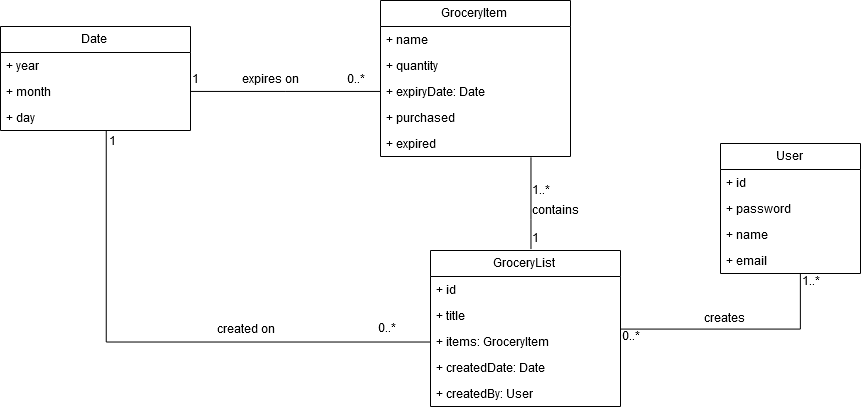
Digital-Vault/GroceryApp keeps this draw.io diagram as BTS530/Images/grocery_list_app_domain_diagram.png. Above is the earlier version. Source tidied: cells renumbered, new cells last; positions are measured from the earlier drawing's top-left corner, leaving out a move shared by most shapes.
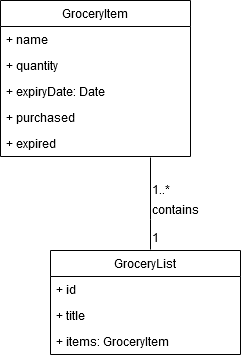
Above is the later version.

Commit message:
deleted date and user

The edit, as a diff of the source:
```diff
@@ -20,23 +20,8 @@
     <mxCell id="7" value="+ expired" style="text;strokeColor=none;fillColor=none;align=left;verticalAlign=top;spacingLeft=4;spacingRight=4;overflow=hidden;points=[[0,0.5],[1,0.5]];portConstraint=eastwest;" parent="2" vertex="1">
       <mxGeometry y="130" width="190" height="26" as="geometry" />
     </mxCell>
-    <mxCell id="8" value="User" style="swimlane;fontStyle=0;horizontal=1;startSize=26;fillColor=none;" parent="1" vertex="1">
-      <mxGeometry x="720" y="143" width="140" height="130" as="geometry" />
-    </mxCell>
-    <mxCell id="9" value="+ id" style="text;strokeColor=none;fillColor=none;align=left;verticalAlign=top;spacingLeft=4;spacingRight=4;overflow=hidden;" parent="8" vertex="1">
-      <mxGeometry y="26" width="140" height="26" as="geometry" />
-    </mxCell>
-    <mxCell id="10" value="+ password" style="text;strokeColor=none;fillColor=none;align=left;verticalAlign=top;spacingLeft=4;spacingRight=4;overflow=hidden;" parent="8" vertex="1">
-      <mxGeometry y="52" width="140" height="26" as="geometry" />
-    </mxCell>
-    <mxCell id="11" value="+ name" style="text;strokeColor=none;fillColor=none;align=left;verticalAlign=top;spacingLeft=4;spacingRight=4;overflow=hidden;" parent="8" vertex="1">
-      <mxGeometry y="78" width="140" height="26" as="geometry" />
-    </mxCell>
-    <mxCell id="12" value="+ email" style="text;strokeColor=none;fillColor=none;align=left;verticalAlign=top;spacingLeft=4;spacingRight=4;overflow=hidden;points=[[0,0.5],[1,0.5]];portConstraint=eastwest;" parent="8" vertex="1">
-      <mxGeometry y="104" width="140" height="26" as="geometry" />
-    </mxCell>
     <mxCell id="13" value="GroceryList" style="swimlane;fontStyle=0;horizontal=1;startSize=26;fillColor=none;" parent="1" vertex="1">
-      <mxGeometry x="430" y="250" width="190" height="156" as="geometry" />
+      <mxGeometry x="430" y="250" width="190" height="104" as="geometry" />
     </mxCell>
     <mxCell id="14" value="+ id" style="text;strokeColor=none;fillColor=none;align=left;verticalAlign=top;spacingLeft=4;spacingRight=4;overflow=hidden;" parent="13" vertex="1">
       <mxGeometry y="26" width="190" height="26" as="geometry" />
@@ -47,25 +32,6 @@
     <mxCell id="16" value="+ items: GroceryItem" style="text;strokeColor=none;fillColor=none;align=left;verticalAlign=top;spacingLeft=4;spacingRight=4;overflow=hidden;points=[[0,0.5],[1,0.5]];portConstraint=eastwest;" parent="13" vertex="1">
       <mxGeometry y="78" width="190" height="26" as="geometry" />
     </mxCell>
-    <mxCell id="17" value="+ createdDate: Date" style="text;strokeColor=none;fillColor=none;align=left;verticalAlign=top;spacingLeft=4;spacingRight=4;overflow=hidden;" parent="13" vertex="1">
-      <mxGeometry y="104" width="190" height="26" as="geometry" />
-    </mxCell>
-    <mxCell id="18" value="+ createdBy: User" style="text;strokeColor=none;fillColor=none;align=left;verticalAlign=top;spacingLeft=4;spacingRight=4;overflow=hidden;" parent="13" vertex="1">
-      <mxGeometry y="130" width="190" height="26" as="geometry" />
-    </mxCell>
-    <mxCell id="19" style="edgeStyle=orthogonalEdgeStyle;rounded=0;jettySize=auto;html=1;endArrow=none;endFill=0;" parent="1" edge="1" source="12" target="13">
-      <mxGeometry relative="1" as="geometry">
-        <Array as="points">
-          <mxPoint x="800" y="328" />
-        </Array>
-      </mxGeometry>
-    </mxCell>
-    <mxCell id="20" value="0..*" style="text;html=1;align=left;verticalAlign=top;spacingTop=-4;" parent="1" vertex="1">
-      <mxGeometry x="620" y="328" width="30" height="20" as="geometry" />
-    </mxCell>
-    <mxCell id="21" value="1..*" style="text;html=1;align=left;verticalAlign=top;spacingTop=-4;" parent="1" vertex="1">
-      <mxGeometry x="800" y="273" width="30" height="20" as="geometry" />
-    </mxCell>
     <mxCell id="22" style="edgeStyle=orthogonalEdgeStyle;rounded=0;jettySize=auto;html=1;entryX=0.528;entryY=-0.009;entryDx=0;entryDy=0;entryPerimeter=0;endArrow=none;endFill=0;exitX=0.792;exitY=1.029;exitDx=0;exitDy=0;exitPerimeter=0;" parent="1" edge="1" source="7" target="13">
       <mxGeometry relative="1" as="geometry">
         <Array as="points">
@@ -82,44 +48,5 @@
     <mxCell id="25" value="contains" style="text;html=1;align=left;verticalAlign=top;spacingTop=-4;" parent="1" vertex="1">
       <mxGeometry x="530" y="202" width="60" height="20" as="geometry" />
     </mxCell>
-    <mxCell id="26" value="creates" style="text;html=1;align=left;verticalAlign=top;spacingTop=-4;" parent="1" vertex="1">
-      <mxGeometry x="702" y="310" width="60" height="20" as="geometry" />
-    </mxCell>
-    <mxCell id="27" value="Date" style="swimlane;fontStyle=0;horizontal=1;startSize=26;fillColor=none;" parent="1" vertex="1">
-      <mxGeometry y="26" width="190" height="104" as="geometry" />
-    </mxCell>
-    <mxCell id="28" value="+ year" style="text;strokeColor=none;fillColor=none;align=left;verticalAlign=top;spacingLeft=4;spacingRight=4;overflow=hidden;" parent="27" vertex="1">
-      <mxGeometry y="26" width="190" height="26" as="geometry" />
-    </mxCell>
-    <mxCell id="29" value="+ month&#10;" style="text;strokeColor=none;fillColor=none;align=left;verticalAlign=top;spacingLeft=4;spacingRight=4;overflow=hidden;points=[[0,0.5],[1,0.5]];portConstraint=eastwest;" parent="27" vertex="1">
-      <mxGeometry y="52" width="190" height="26" as="geometry" />
-    </mxCell>
-    <mxCell id="30" value="+ day" style="text;strokeColor=none;fillColor=none;align=left;verticalAlign=top;spacingLeft=4;spacingRight=4;overflow=hidden;points=[[0,0.5],[1,0.5]];portConstraint=eastwest;" parent="27" vertex="1">
-      <mxGeometry y="78" width="190" height="26" as="geometry" />
-    </mxCell>
-    <mxCell id="31" style="edgeStyle=orthogonalEdgeStyle;rounded=0;jettySize=auto;html=1;entryX=1;entryY=0.5;entryDx=0;entryDy=0;endArrow=none;endFill=0;" parent="1" edge="1" source="5" target="29">
-      <mxGeometry relative="1" as="geometry" />
-    </mxCell>
-    <mxCell id="32" value="expires on" style="text;html=1;align=left;verticalAlign=top;spacingTop=-4;" parent="1" vertex="1">
-      <mxGeometry x="240" y="71" width="70" height="20" as="geometry" />
-    </mxCell>
-    <mxCell id="33" style="edgeStyle=orthogonalEdgeStyle;rounded=0;jettySize=auto;html=1;entryX=0.554;entryY=1.013;entryDx=0;entryDy=0;entryPerimeter=0;endArrow=none;endFill=0;" parent="1" edge="1" source="16" target="30">
-      <mxGeometry relative="1" as="geometry" />
-    </mxCell>
-    <mxCell id="34" value="created on" style="text;html=1;align=left;verticalAlign=top;spacingTop=-4;" parent="1" vertex="1">
-      <mxGeometry x="215" y="321" width="70" height="20" as="geometry" />
-    </mxCell>
-    <mxCell id="35" value="1" style="text;html=1;align=left;verticalAlign=top;spacingTop=-4;" parent="1" vertex="1">
-      <mxGeometry x="107" y="133" width="20" height="20" as="geometry" />
-    </mxCell>
-    <mxCell id="36" value="1" style="text;html=1;align=left;verticalAlign=top;spacingTop=-4;" parent="1" vertex="1">
-      <mxGeometry x="190" y="71" width="20" height="20" as="geometry" />
-    </mxCell>
-    <mxCell id="37" value="0..*" style="text;html=1;align=left;verticalAlign=top;spacingTop=-4;" parent="1" vertex="1">
-      <mxGeometry x="376" y="320" width="30" height="20" as="geometry" />
-    </mxCell>
-    <mxCell id="38" value="0..*" style="text;html=1;align=left;verticalAlign=top;spacingTop=-4;" parent="1" vertex="1">
-      <mxGeometry x="345" y="71" width="30" height="20" as="geometry" />
-    </mxCell>
   </root>
 </mxGraphModel>
```
